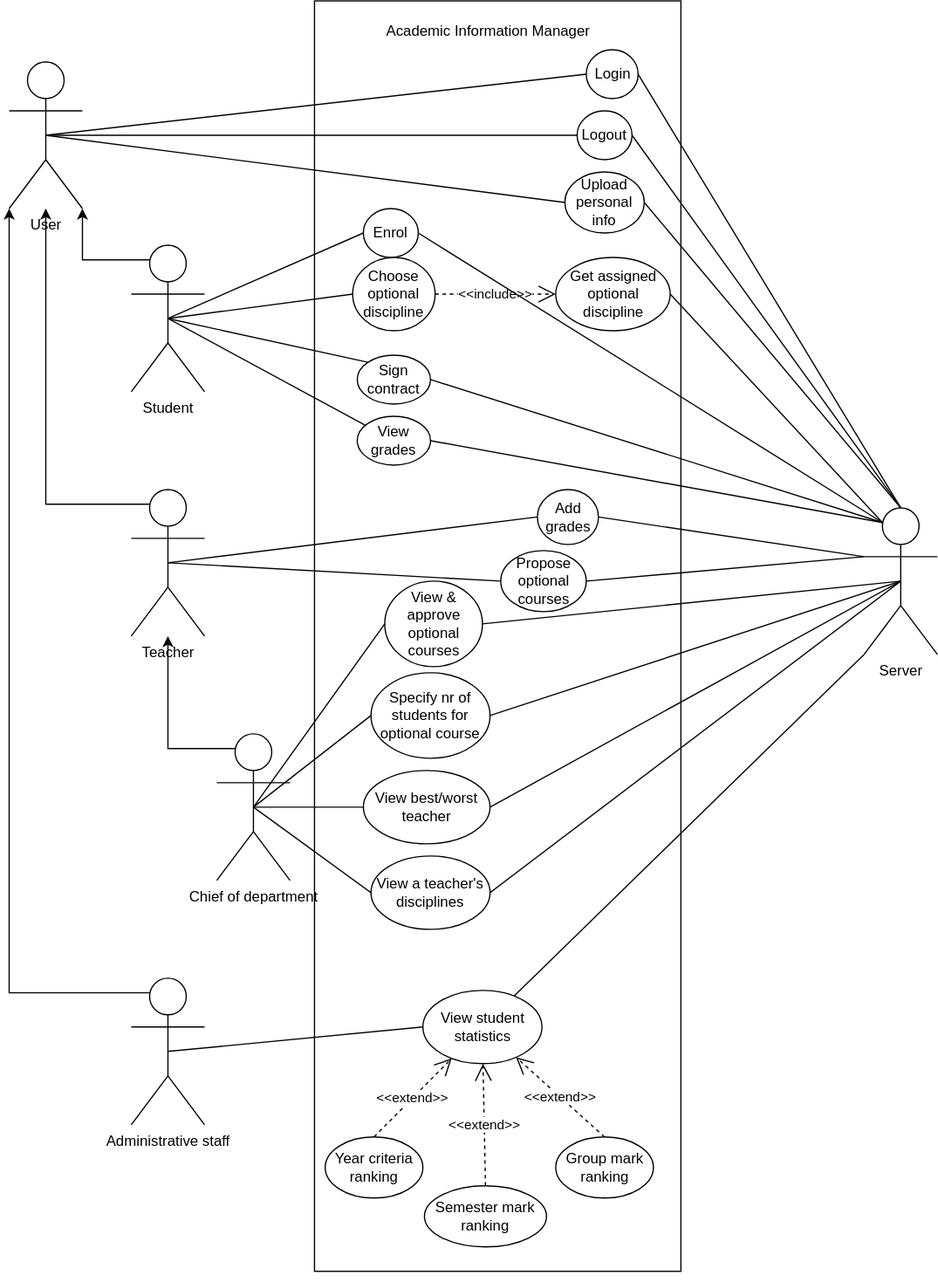
The draw.io diagram Use Case Diagram.drawio.svg in cipri321/d-b, before a commit. Source tidied: cells renumbered, new cells last; positions are measured from the earlier drawing's top-left corner, leaving out a move shared by most shapes.
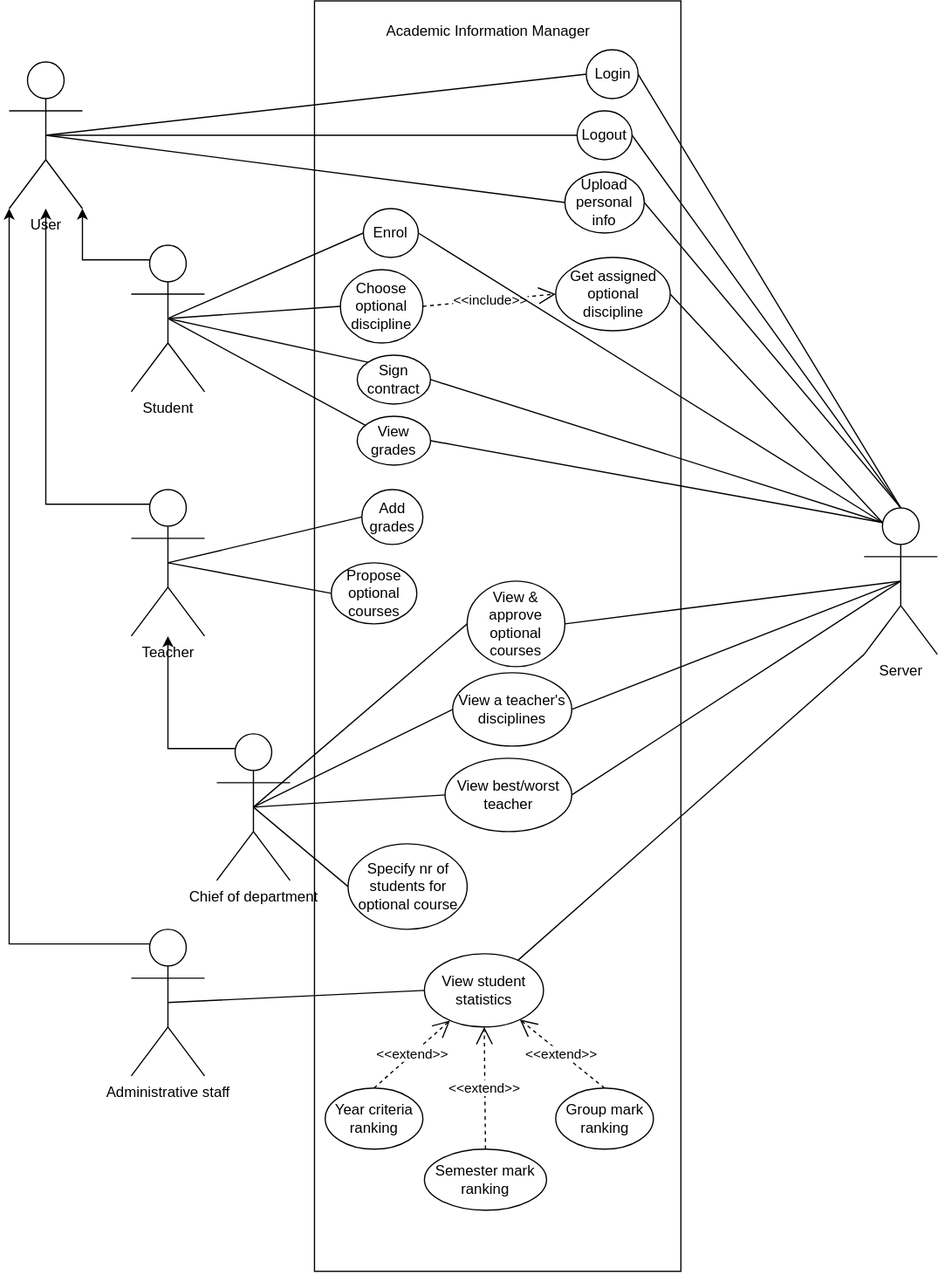
Later version of the same file.

What changed in the source:
```diff
@@ -27,7 +27,7 @@
       <mxGeometry x="290" y="170" width="45" height="40" as="geometry" />
     </mxCell>
     <mxCell id="10" value="Choose optional discipline" style="ellipse;whiteSpace=wrap;html=1;" parent="1" vertex="1">
-      <mxGeometry x="281.2" y="210" width="67.5" height="60" as="geometry" />
+      <mxGeometry x="271.2" y="220" width="67.5" height="60" as="geometry" />
     </mxCell>
     <mxCell id="11" value="Get assigned optional discipline" style="ellipse;whiteSpace=wrap;html=1;" parent="1" vertex="1">
       <mxGeometry x="447.5" y="210" width="93.8" height="60" as="geometry" />
@@ -45,7 +45,7 @@
       <mxGeometry x="100" y="400" width="60" height="120" as="geometry" />
     </mxCell>
     <mxCell id="16" value="Propose optional courses" style="ellipse;whiteSpace=wrap;html=1;" parent="1" vertex="1">
-      <mxGeometry x="402.5" y="450" width="70" height="50" as="geometry" />
+      <mxGeometry x="263.8" y="460" width="70" height="50" as="geometry" />
     </mxCell>
     <mxCell id="17" style="endArrow=none;html=1;rounded=0;exitX=0.5;exitY=0.5;exitDx=0;exitDy=0;exitPerimeter=0;entryX=0;entryY=0.5;entryDx=0;entryDy=0;" parent="1" edge="1" source="50" target="6">
       <mxGeometry relative="1" as="geometry" />
@@ -81,16 +81,16 @@
       <mxGeometry x="170" y="600" width="60" height="120" as="geometry" />
     </mxCell>
     <mxCell id="28" value="Add grades" style="ellipse;whiteSpace=wrap;html=1;" parent="1" vertex="1">
-      <mxGeometry x="432.5" y="400" width="50" height="45" as="geometry" />
+      <mxGeometry x="288.8" y="400" width="50" height="45" as="geometry" />
     </mxCell>
     <mxCell id="29" style="endArrow=none;html=1;rounded=0;exitX=0.5;exitY=0.5;exitDx=0;exitDy=0;exitPerimeter=0;entryX=0;entryY=0.5;entryDx=0;entryDy=0;" parent="1" edge="1" source="15" target="28">
       <mxGeometry relative="1" as="geometry" />
     </mxCell>
     <mxCell id="30" value="View &amp;amp; approve optional courses" style="ellipse;whiteSpace=wrap;html=1;" parent="1" vertex="1">
-      <mxGeometry x="307.5" y="475" width="80" height="70" as="geometry" />
+      <mxGeometry x="375" y="475" width="80" height="70" as="geometry" />
     </mxCell>
     <mxCell id="31" value="Specify nr of students for optional course" style="ellipse;whiteSpace=wrap;html=1;" parent="1" vertex="1">
-      <mxGeometry x="296.2" y="550" width="97.5" height="70" as="geometry" />
+      <mxGeometry x="277.5" y="690" width="97.5" height="70" as="geometry" />
     </mxCell>
     <mxCell id="32" style="endArrow=none;html=1;rounded=0;exitX=0.5;exitY=0.5;exitDx=0;exitDy=0;exitPerimeter=0;entryX=0;entryY=0.5;entryDx=0;entryDy=0;" parent="1" edge="1" source="27" target="30">
       <mxGeometry relative="1" as="geometry" />
@@ -99,13 +99,13 @@
       <mxGeometry relative="1" as="geometry" />
     </mxCell>
     <mxCell id="34" value="View best/worst teacher" style="ellipse;whiteSpace=wrap;html=1;" parent="1" vertex="1">
-      <mxGeometry x="290" y="630" width="103.8" height="60" as="geometry" />
+      <mxGeometry x="356.9" y="620" width="103.8" height="60" as="geometry" />
     </mxCell>
     <mxCell id="35" style="endArrow=none;html=1;rounded=0;exitX=0.5;exitY=0.5;exitDx=0;exitDy=0;exitPerimeter=0;entryX=0;entryY=0.5;entryDx=0;entryDy=0;" parent="1" edge="1" source="27" target="34">
       <mxGeometry relative="1" as="geometry" />
     </mxCell>
     <mxCell id="36" value="View a teacher's disciplines" style="ellipse;whiteSpace=wrap;html=1;" parent="1" vertex="1">
-      <mxGeometry x="296.2" y="700" width="97.5" height="60" as="geometry" />
+      <mxGeometry x="363.1" y="550" width="97.5" height="60" as="geometry" />
     </mxCell>
     <mxCell id="37" style="endArrow=none;html=1;rounded=0;exitX=0.5;exitY=0.5;exitDx=0;exitDy=0;exitPerimeter=0;entryX=0;entryY=0.5;entryDx=0;entryDy=0;" parent="1" edge="1" source="27" target="36">
       <mxGeometry relative="1" as="geometry" />
@@ -114,10 +114,10 @@
       <mxGeometry relative="1" as="geometry" />
     </mxCell>
     <mxCell id="39" value="Administrative staff" style="shape=umlActor;verticalLabelPosition=bottom;verticalAlign=top;html=1;outlineConnect=0;" parent="1" vertex="1">
-      <mxGeometry x="100" y="800" width="60" height="120" as="geometry" />
+      <mxGeometry x="100" y="760" width="60" height="120" as="geometry" />
     </mxCell>
     <mxCell id="40" value="View student statistics" style="ellipse;whiteSpace=wrap;html=1;" parent="1" vertex="1">
-      <mxGeometry x="338.8" y="810" width="97.5" height="60" as="geometry" />
+      <mxGeometry x="340" y="780" width="97.5" height="60" as="geometry" />
     </mxCell>
     <mxCell id="41" style="endArrow=none;html=1;rounded=0;exitX=0.5;exitY=0.5;exitDx=0;exitDy=0;exitPerimeter=0;entryX=0;entryY=0.5;entryDx=0;entryDy=0;" parent="1" edge="1" source="39" target="40">
       <mxGeometry relative="1" as="geometry" />
@@ -126,19 +126,19 @@
       <mxGeometry relative="1" as="geometry" />
     </mxCell>
     <mxCell id="43" value="Group mark ranking" style="ellipse;whiteSpace=wrap;html=1;" parent="1" vertex="1">
-      <mxGeometry x="447.5" y="930" width="80" height="50" as="geometry" />
+      <mxGeometry x="447.5" y="890" width="80" height="50" as="geometry" />
     </mxCell>
     <mxCell id="44" value="&amp;lt;&amp;lt;extend&amp;gt;&amp;gt;" style="endArrow=open;endSize=12;dashed=1;html=1;rounded=0;exitX=0.5;exitY=0;exitDx=0;exitDy=0;" parent="1" edge="1" source="43" target="40">
       <mxGeometry relative="1" as="geometry" />
     </mxCell>
     <mxCell id="45" value="Year criteria ranking" style="ellipse;whiteSpace=wrap;html=1;" parent="1" vertex="1">
-      <mxGeometry x="258.8" y="930" width="80" height="50" as="geometry" />
+      <mxGeometry x="258.8" y="890" width="80" height="50" as="geometry" />
     </mxCell>
     <mxCell id="46" value="&amp;lt;&amp;lt;extend&amp;gt;&amp;gt;" style="endArrow=open;endSize=12;dashed=1;html=1;rounded=0;exitX=0.5;exitY=0;exitDx=0;exitDy=0;" parent="1" edge="1" source="45" target="40">
       <mxGeometry relative="1" as="geometry" />
     </mxCell>
     <mxCell id="47" value="Semester mark ranking" style="ellipse;whiteSpace=wrap;html=1;" parent="1" vertex="1">
-      <mxGeometry x="340" y="970" width="100" height="50" as="geometry" />
+      <mxGeometry x="340" y="940" width="100" height="50" as="geometry" />
     </mxCell>
     <mxCell id="48" value="&amp;lt;&amp;lt;extend&amp;gt;&amp;gt;" style="endArrow=open;endSize=12;dashed=1;html=1;rounded=0;exitX=0.5;exitY=0;exitDx=0;exitDy=0;" parent="1" edge="1" source="47" target="40">
       <mxGeometry relative="1" as="geometry" />
@@ -158,18 +158,9 @@
     <mxCell id="53" style="endArrow=none;html=1;rounded=0;exitX=1;exitY=0.5;exitDx=0;exitDy=0;entryX=0.5;entryY=0.5;entryDx=0;entryDy=0;entryPerimeter=0;" parent="1" edge="1" source="34" target="49">
       <mxGeometry relative="1" as="geometry" />
     </mxCell>
-    <mxCell id="54" style="endArrow=none;html=1;rounded=0;exitX=1;exitY=0.5;exitDx=0;exitDy=0;entryX=0.5;entryY=0.5;entryDx=0;entryDy=0;entryPerimeter=0;" parent="1" edge="1" source="31" target="49">
-      <mxGeometry relative="1" as="geometry" />
-    </mxCell>
     <mxCell id="55" style="endArrow=none;html=1;rounded=0;exitX=1;exitY=0.5;exitDx=0;exitDy=0;entryX=0.5;entryY=0.5;entryDx=0;entryDy=0;entryPerimeter=0;" parent="1" edge="1" source="30" target="49">
       <mxGeometry relative="1" as="geometry" />
     </mxCell>
-    <mxCell id="56" style="endArrow=none;html=1;rounded=0;exitX=1;exitY=0.5;exitDx=0;exitDy=0;entryX=0;entryY=0.3333333333333333;entryDx=0;entryDy=0;entryPerimeter=0;" parent="1" edge="1" source="16" target="49">
-      <mxGeometry relative="1" as="geometry" />
-    </mxCell>
-    <mxCell id="57" style="endArrow=none;html=1;rounded=0;exitX=1;exitY=0.5;exitDx=0;exitDy=0;entryX=0;entryY=0.3333333333333333;entryDx=0;entryDy=0;entryPerimeter=0;" parent="1" edge="1" source="28" target="49">
-      <mxGeometry relative="1" as="geometry" />
-    </mxCell>
     <mxCell id="58" style="endArrow=none;html=1;rounded=0;exitX=1;exitY=0.5;exitDx=0;exitDy=0;entryX=0.25;entryY=0.1;entryDx=0;entryDy=0;entryPerimeter=0;" parent="1" edge="1" source="14" target="49">
       <mxGeometry relative="1" as="geometry" />
     </mxCell>
```
